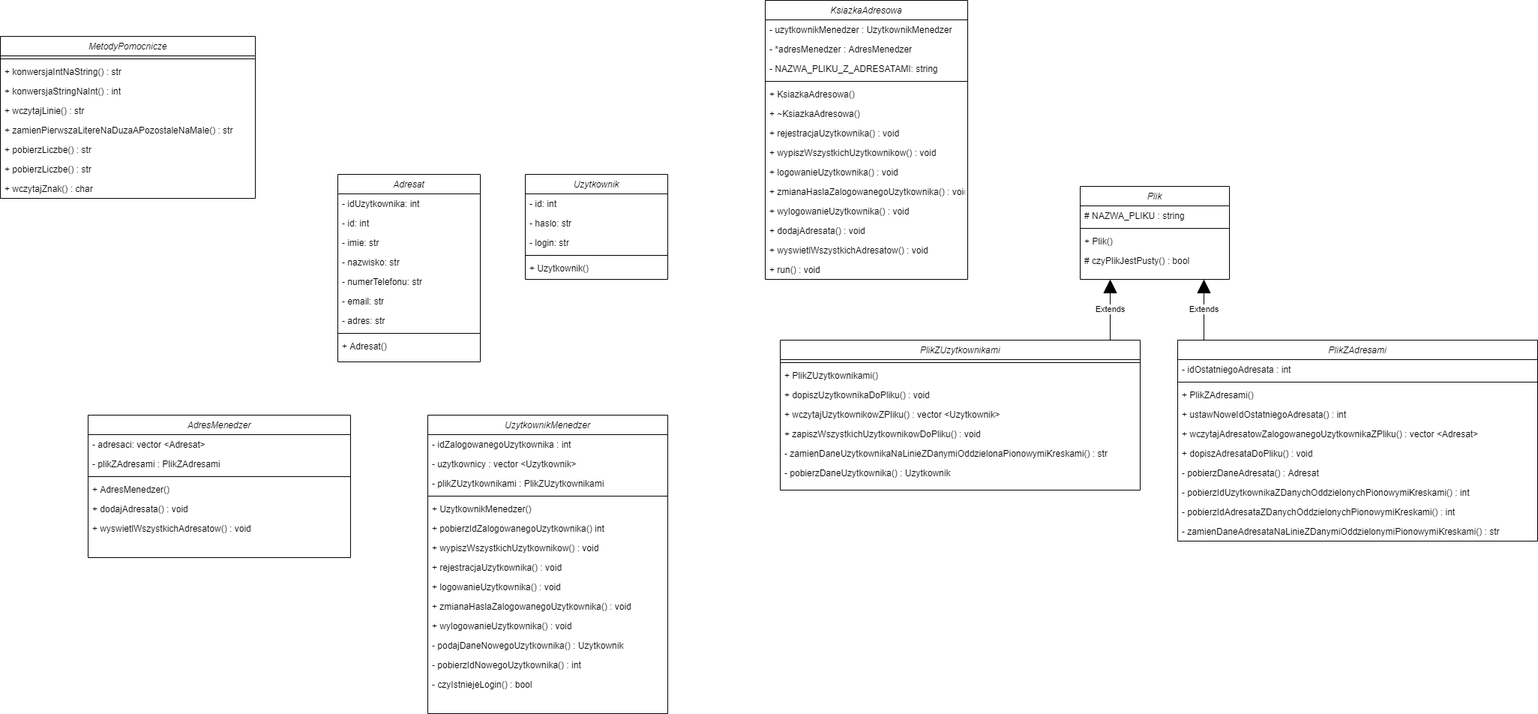
Above: documentation/address-book-uml.png in MichalWilczek/address-book-FutureProgrammer (draw.io), before the change. Source tidied: cells renumbered, new cells last; positions are measured from the earlier drawing's top-left corner, leaving out a move shared by most shapes.
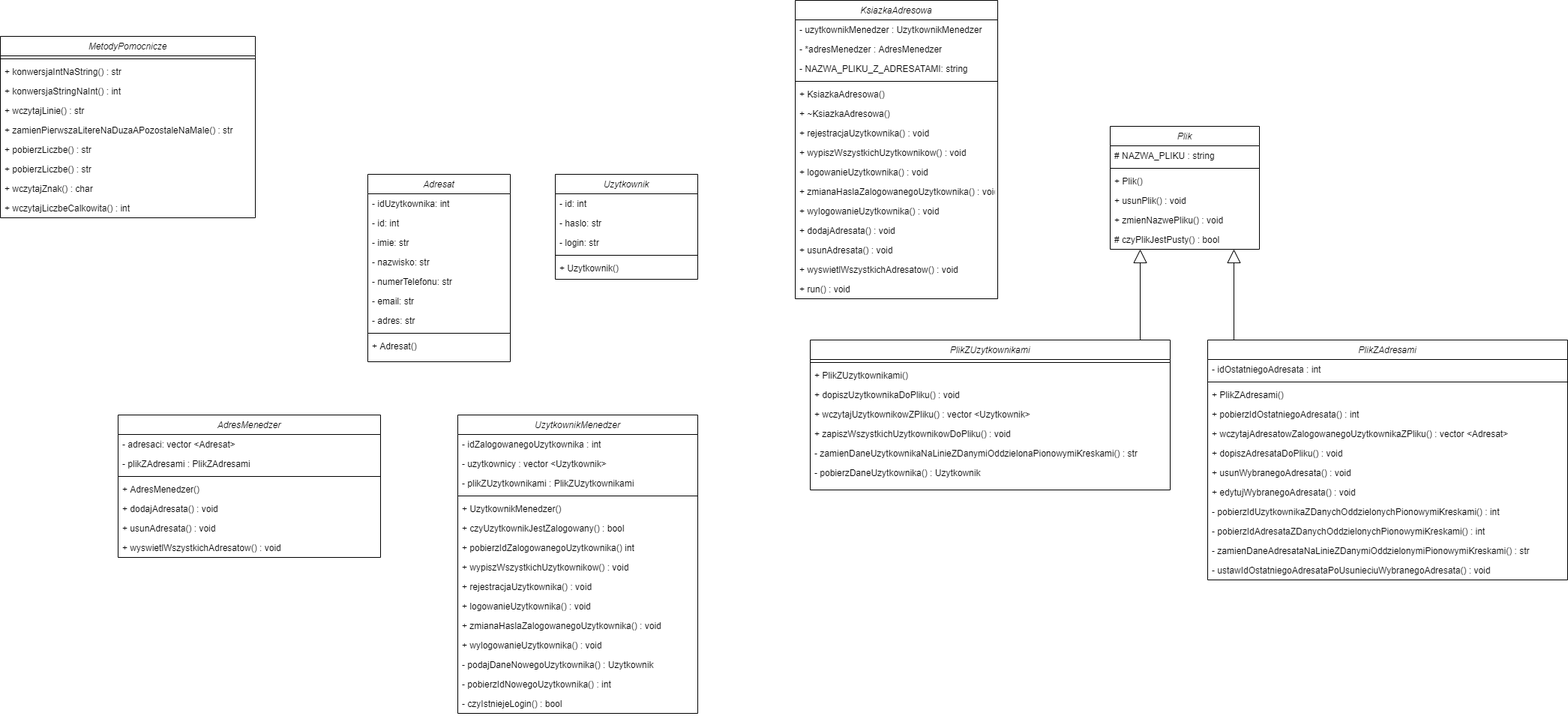
The same file after the commit.

The edit, as a diff of the source:
```diff
@@ -20,35 +20,38 @@
     <mxCell id="7" value="+ UzytkownikMenedzer()" style="text;align=left;verticalAlign=top;spacingLeft=4;spacingRight=4;overflow=hidden;" parent="2" vertex="1">
       <mxGeometry y="112" width="320" height="26" as="geometry" />
     </mxCell>
+    <mxCell id="13" value="+ czyUzytkownikJestZalogowany() : bool" style="text;align=left;verticalAlign=top;spacingLeft=4;spacingRight=4;overflow=hidden;" parent="2" vertex="1">
+      <mxGeometry y="138" width="320" height="26" as="geometry" />
+    </mxCell>
     <mxCell id="8" value="+ pobierzIdZalogowanegoUzytkownika() int" style="text;align=left;verticalAlign=top;spacingLeft=4;spacingRight=4;overflow=hidden;" parent="2" vertex="1">
-      <mxGeometry y="138" width="320" height="26" as="geometry" />
+      <mxGeometry y="164" width="320" height="26" as="geometry" />
     </mxCell>
     <mxCell id="9" value="+ wypiszWszystkichUzytkownikow() : void" style="text;align=left;verticalAlign=top;spacingLeft=4;spacingRight=4;overflow=hidden;" parent="2" vertex="1">
-      <mxGeometry y="164" width="320" height="26" as="geometry" />
+      <mxGeometry y="190" width="320" height="26" as="geometry" />
     </mxCell>
     <mxCell id="10" value="+ rejestracjaUzytkownika() : void" style="text;align=left;verticalAlign=top;spacingLeft=4;spacingRight=4;overflow=hidden;" parent="2" vertex="1">
-      <mxGeometry y="190" width="320" height="26" as="geometry" />
+      <mxGeometry y="216" width="320" height="26" as="geometry" />
     </mxCell>
     <mxCell id="11" value="+ logowanieUzytkownika() : void" style="text;align=left;verticalAlign=top;spacingLeft=4;spacingRight=4;overflow=hidden;" parent="2" vertex="1">
-      <mxGeometry y="216" width="320" height="26" as="geometry" />
+      <mxGeometry y="242" width="320" height="26" as="geometry" />
     </mxCell>
     <mxCell id="12" value="+ zmianaHaslaZalogowanegoUzytkownika() : void" style="text;align=left;verticalAlign=top;spacingLeft=4;spacingRight=4;overflow=hidden;" parent="2" vertex="1">
-      <mxGeometry y="242" width="320" height="26" as="geometry" />
+      <mxGeometry y="268" width="320" height="26" as="geometry" />
     </mxCell>
-    <mxCell id="13" value="+ wylogowanieUzytkownika() : void" style="text;align=left;verticalAlign=top;spacingLeft=4;spacingRight=4;overflow=hidden;" parent="2" vertex="1">
-      <mxGeometry y="268" width="320" height="26" as="geometry" />
-    </mxCell>
+    <mxCell id="90" value="+ wylogowanieUzytkownika() : void" style="text;align=left;verticalAlign=top;spacingLeft=4;spacingRight=4;overflow=hidden;" parent="2" vertex="1">
+      <mxGeometry y="294" width="320" height="26" as="geometry" />
+    </mxCell>
     <mxCell id="14" value="- podajDaneNowegoUzytkownika() : Uzytkownik" style="text;align=left;verticalAlign=top;spacingLeft=4;spacingRight=4;overflow=hidden;" parent="2" vertex="1">
-      <mxGeometry y="294" width="320" height="26" as="geometry" />
+      <mxGeometry y="320" width="320" height="26" as="geometry" />
     </mxCell>
     <mxCell id="15" value="- pobierzIdNowegoUzytkownika() : int" style="text;align=left;verticalAlign=top;spacingLeft=4;spacingRight=4;overflow=hidden;" parent="2" vertex="1">
-      <mxGeometry y="320" width="320" height="26" as="geometry" />
+      <mxGeometry y="346" width="320" height="26" as="geometry" />
     </mxCell>
     <mxCell id="16" value="- czyIstniejeLogin() : bool" style="text;align=left;verticalAlign=top;spacingLeft=4;spacingRight=4;overflow=hidden;" parent="2" vertex="1">
-      <mxGeometry y="346" width="320" height="26" as="geometry" />
+      <mxGeometry y="372" width="320" height="26" as="geometry" />
     </mxCell>
     <mxCell id="17" value="Plik" style="swimlane;fontStyle=2;align=center;verticalAlign=top;horizontal=1;startSize=26;rounded=0;shadow=0;strokeWidth=1;" parent="1" vertex="1">
-      <mxGeometry x="1440" y="248" width="199" height="124" as="geometry" />
+      <mxGeometry x="1440" y="168" width="199" height="164" as="geometry" />
     </mxCell>
     <mxCell id="18" value="# NAZWA_PLIKU : string" style="text;align=left;verticalAlign=top;spacingLeft=4;spacingRight=4;overflow=hidden;rounded=0;shadow=0;html=0;" parent="17" vertex="1">
       <mxGeometry y="26" width="199" height="26" as="geometry" />
@@ -56,14 +59,20 @@
     <mxCell id="19" style="line;html=1;strokeWidth=1;align=left;verticalAlign=middle;spacingTop=-1;spacingLeft=3;spacingRight=3;labelPosition=right;" parent="17" vertex="1">
       <mxGeometry y="52" width="199" height="8" as="geometry" />
     </mxCell>
+    <mxCell id="91" value="+ Plik()" style="text;align=left;verticalAlign=top;spacingLeft=4;spacingRight=4;overflow=hidden;" parent="17" vertex="1">
+      <mxGeometry y="60" width="199" height="26" as="geometry" />
+    </mxCell>
+    <mxCell id="92" value="+ usunPlik() : void" style="text;align=left;verticalAlign=top;spacingLeft=4;spacingRight=4;overflow=hidden;" parent="17" vertex="1">
+      <mxGeometry y="86" width="199" height="26" as="geometry" />
+    </mxCell>
-    <mxCell id="20" value="+ Plik()" style="text;align=left;verticalAlign=top;spacingLeft=4;spacingRight=4;overflow=hidden;" parent="17" vertex="1">
-      <mxGeometry y="60" width="199" height="26" as="geometry" />
+    <mxCell id="20" value="+ zmienNazwePliku() : void" style="text;align=left;verticalAlign=top;spacingLeft=4;spacingRight=4;overflow=hidden;" parent="17" vertex="1">
+      <mxGeometry y="112" width="199" height="26" as="geometry" />
     </mxCell>
     <mxCell id="21" value="# czyPlikJestPusty() : bool" style="text;align=left;verticalAlign=top;spacingLeft=4;spacingRight=4;overflow=hidden;" parent="17" vertex="1">
-      <mxGeometry y="86" width="199" height="26" as="geometry" />
+      <mxGeometry y="138" width="199" height="26" as="geometry" />
     </mxCell>
     <mxCell id="22" value="MetodyPomocnicze" style="swimlane;fontStyle=2;align=center;verticalAlign=top;horizontal=1;startSize=26;rounded=0;shadow=0;strokeWidth=1;" parent="1" vertex="1">
-      <mxGeometry y="48" width="340" height="216" as="geometry" />
+      <mxGeometry x="-40" y="48" width="340" height="242" as="geometry" />
     </mxCell>
     <mxCell id="23" style="line;html=1;strokeWidth=1;align=left;verticalAlign=middle;spacingTop=-1;spacingLeft=3;spacingRight=3;labelPosition=right;" parent="22" vertex="1">
       <mxGeometry y="26" width="340" height="8" as="geometry" />
@@ -86,8 +95,11 @@
     <mxCell id="29" value="+ pobierzLiczbe() : str" style="text;align=left;verticalAlign=top;spacingLeft=4;spacingRight=4;overflow=hidden;" parent="22" vertex="1">
       <mxGeometry y="164" width="340" height="26" as="geometry" />
     </mxCell>
+    <mxCell id="93" value="+ wczytajZnak() : char" style="text;align=left;verticalAlign=top;spacingLeft=4;spacingRight=4;overflow=hidden;" parent="22" vertex="1">
+      <mxGeometry y="190" width="340" height="26" as="geometry" />
+    </mxCell>
-    <mxCell id="30" value="+ wczytajZnak() : char" style="text;align=left;verticalAlign=top;spacingLeft=4;spacingRight=4;overflow=hidden;" parent="22" vertex="1">
-      <mxGeometry y="190" width="340" height="26" as="geometry" />
+    <mxCell id="30" value="+ wczytajLiczbeCalkowita() : int" style="text;align=left;verticalAlign=top;spacingLeft=4;spacingRight=4;overflow=hidden;" parent="22" vertex="1">
+      <mxGeometry y="216" width="340" height="26" as="geometry" />
     </mxCell>
     <mxCell id="31" value="PlikZUzytkownikami" style="swimlane;fontStyle=2;align=center;verticalAlign=top;horizontal=1;startSize=26;rounded=0;shadow=0;strokeWidth=1;" parent="1" vertex="1">
       <mxGeometry x="1040" y="453" width="480" height="200" as="geometry" />
@@ -113,11 +125,11 @@
     <mxCell id="38" value="- pobierzDaneUzytkownika() : Uzytkownik" style="text;align=left;verticalAlign=top;spacingLeft=4;spacingRight=4;overflow=hidden;" parent="31" vertex="1">
       <mxGeometry y="164" width="480" height="26" as="geometry" />
     </mxCell>
-    <mxCell id="39" value="Extends" style="endArrow=block;endSize=16;endFill=1;html=1;rounded=0;edgeStyle=elbowEdgeStyle;" parent="1" edge="1" source="31" target="17">
+    <mxCell id="39" style="endArrow=block;endSize=16;endFill=0;html=1;rounded=0;edgeStyle=elbowEdgeStyle;" parent="1" edge="1" source="31" target="17">
       <mxGeometry relative="1" as="geometry" />
     </mxCell>
     <mxCell id="40" value="PlikZAdresami" style="swimlane;fontStyle=2;align=center;verticalAlign=top;horizontal=1;startSize=26;rounded=0;shadow=0;strokeWidth=1;" parent="1" vertex="1">
-      <mxGeometry x="1570" y="453" width="480" height="268" as="geometry" />
+      <mxGeometry x="1570" y="453" width="480" height="320" as="geometry" />
     </mxCell>
     <mxCell id="41" value="- idOstatniegoAdresata : int" style="text;align=left;verticalAlign=top;spacingLeft=4;spacingRight=4;overflow=hidden;" parent="40" vertex="1">
       <mxGeometry y="26" width="480" height="26" as="geometry" />
@@ -128,28 +140,34 @@
     <mxCell id="43" value="+ PlikZAdresami()" style="text;align=left;verticalAlign=top;spacingLeft=4;spacingRight=4;overflow=hidden;" parent="40" vertex="1">
       <mxGeometry y="60" width="480" height="26" as="geometry" />
     </mxCell>
-    <mxCell id="44" value="+ ustawNoweIdOstatniegoAdresata() : int" style="text;align=left;verticalAlign=top;spacingLeft=4;spacingRight=4;overflow=hidden;" parent="40" vertex="1">
+    <mxCell id="44" value="+ pobierzIdOstatniegoAdresata() : int" style="text;align=left;verticalAlign=top;spacingLeft=4;spacingRight=4;overflow=hidden;" parent="40" vertex="1">
       <mxGeometry y="86" width="480" height="26" as="geometry" />
     </mxCell>
     <mxCell id="45" value="+ wczytajAdresatowZalogowanegoUzytkownikaZPliku() : vector &lt;Adresat&gt;" style="text;align=left;verticalAlign=top;spacingLeft=4;spacingRight=4;overflow=hidden;" parent="40" vertex="1">
       <mxGeometry y="112" width="480" height="26" as="geometry" />
     </mxCell>
+    <mxCell id="94" value="+ dopiszAdresataDoPliku() : void" style="text;align=left;verticalAlign=top;spacingLeft=4;spacingRight=4;overflow=hidden;" parent="40" vertex="1">
+      <mxGeometry y="138" width="480" height="26" as="geometry" />
+    </mxCell>
+    <mxCell id="95" value="+ usunWybranegoAdresata() : void" style="text;align=left;verticalAlign=top;spacingLeft=4;spacingRight=4;overflow=hidden;" parent="40" vertex="1">
+      <mxGeometry y="164" width="480" height="26" as="geometry" />
+    </mxCell>
-    <mxCell id="46" value="+ dopiszAdresataDoPliku() : void" style="text;align=left;verticalAlign=top;spacingLeft=4;spacingRight=4;overflow=hidden;" parent="40" vertex="1">
-      <mxGeometry y="138" width="480" height="26" as="geometry" />
+    <mxCell id="46" value="+ edytujWybranegoAdresata() : void" style="text;align=left;verticalAlign=top;spacingLeft=4;spacingRight=4;overflow=hidden;" parent="40" vertex="1">
+      <mxGeometry y="190" width="480" height="26" as="geometry" />
     </mxCell>
-    <mxCell id="47" value="- pobierzDaneAdresata() : Adresat " style="text;align=left;verticalAlign=top;spacingLeft=4;spacingRight=4;overflow=hidden;" parent="40" vertex="1">
-      <mxGeometry y="164" width="480" height="26" as="geometry" />
-    </mxCell>
     <mxCell id="48" value="- pobierzIdUzytkownikaZDanychOddzielonychPionowymiKreskami() : int" style="text;align=left;verticalAlign=top;spacingLeft=4;spacingRight=4;overflow=hidden;" parent="40" vertex="1">
-      <mxGeometry y="190" width="480" height="26" as="geometry" />
+      <mxGeometry y="216" width="480" height="26" as="geometry" />
     </mxCell>
     <mxCell id="49" value="- pobierzIdAdresataZDanychOddzielonychPionowymiKreskami() : int" style="text;align=left;verticalAlign=top;spacingLeft=4;spacingRight=4;overflow=hidden;" parent="40" vertex="1">
-      <mxGeometry y="216" width="480" height="26" as="geometry" />
+      <mxGeometry y="242" width="480" height="26" as="geometry" />
     </mxCell>
+    <mxCell id="96" value="- zamienDaneAdresataNaLinieZDanymiOddzielonymiPionowymiKreskami() : str" style="text;align=left;verticalAlign=top;spacingLeft=4;spacingRight=4;overflow=hidden;" parent="40" vertex="1">
+      <mxGeometry y="268" width="480" height="26" as="geometry" />
+    </mxCell>
-    <mxCell id="50" value="- zamienDaneAdresataNaLinieZDanymiOddzielonymiPionowymiKreskami() : str" style="text;align=left;verticalAlign=top;spacingLeft=4;spacingRight=4;overflow=hidden;" parent="40" vertex="1">
-      <mxGeometry y="242" width="480" height="26" as="geometry" />
+    <mxCell id="50" value="- ustawIdOstatniegoAdresataPoUsunieciuWybranegoAdresata() : void" style="text;align=left;verticalAlign=top;spacingLeft=4;spacingRight=4;overflow=hidden;" parent="40" vertex="1">
+      <mxGeometry y="294" width="480" height="26" as="geometry" />
     </mxCell>
-    <mxCell id="51" value="Extends" style="endArrow=block;endSize=16;endFill=1;html=1;rounded=0;edgeStyle=elbowEdgeStyle;" parent="1" edge="1" source="40" target="17">
+    <mxCell id="51" style="endArrow=block;endSize=16;endFill=0;html=1;rounded=0;edgeStyle=elbowEdgeStyle;" parent="1" edge="1" source="40" target="17">
       <mxGeometry relative="1" as="geometry" />
     </mxCell>
     <mxCell id="52" value="AdresMenedzer" style="swimlane;fontStyle=2;align=center;verticalAlign=top;horizontal=1;startSize=26;rounded=0;shadow=0;strokeWidth=1;" parent="1" vertex="1">
@@ -167,14 +185,17 @@
     <mxCell id="56" value="+ AdresMenedzer()" style="text;align=left;verticalAlign=top;spacingLeft=4;spacingRight=4;overflow=hidden;" parent="52" vertex="1">
       <mxGeometry y="86" width="350" height="26" as="geometry" />
     </mxCell>
+    <mxCell id="97" value="+ dodajAdresata() : void" style="text;align=left;verticalAlign=top;spacingLeft=4;spacingRight=4;overflow=hidden;" parent="52" vertex="1">
+      <mxGeometry y="112" width="350" height="26" as="geometry" />
+    </mxCell>
-    <mxCell id="57" value="+ dodajAdresata() : void" style="text;align=left;verticalAlign=top;spacingLeft=4;spacingRight=4;overflow=hidden;" parent="52" vertex="1">
-      <mxGeometry y="112" width="350" height="26" as="geometry" />
+    <mxCell id="57" value="+ usunAdresata() : void" style="text;align=left;verticalAlign=top;spacingLeft=4;spacingRight=4;overflow=hidden;" parent="52" vertex="1">
+      <mxGeometry y="138" width="350" height="26" as="geometry" />
     </mxCell>
     <mxCell id="58" value="+ wyswietlWszystkichAdresatow() : void" style="text;align=left;verticalAlign=top;spacingLeft=4;spacingRight=4;overflow=hidden;" parent="52" vertex="1">
-      <mxGeometry y="138" width="350" height="26" as="geometry" />
+      <mxGeometry y="164" width="350" height="26" as="geometry" />
     </mxCell>
     <mxCell id="59" value="KsiazkaAdresowa" style="swimlane;fontStyle=2;align=center;verticalAlign=top;horizontal=1;startSize=26;rounded=0;shadow=0;strokeWidth=1;" parent="1" vertex="1">
-      <mxGeometry x="1020" width="270" height="372" as="geometry" />
+      <mxGeometry x="1020" width="270" height="398" as="geometry" />
     </mxCell>
     <mxCell id="60" value="- uzytkownikMenedzer : UzytkownikMenedzer" style="text;align=left;verticalAlign=top;spacingLeft=4;spacingRight=4;overflow=hidden;rounded=0;shadow=0;html=0;" parent="59" vertex="1">
       <mxGeometry y="26" width="270" height="26" as="geometry" />
@@ -209,14 +230,17 @@
     <mxCell id="70" value="+ wylogowanieUzytkownika() : void" style="text;align=left;verticalAlign=top;spacingLeft=4;spacingRight=4;overflow=hidden;" parent="59" vertex="1">
       <mxGeometry y="268" width="270" height="26" as="geometry" />
     </mxCell>
+    <mxCell id="98" value="+ dodajAdresata() : void" style="text;align=left;verticalAlign=top;spacingLeft=4;spacingRight=4;overflow=hidden;" parent="59" vertex="1">
+      <mxGeometry y="294" width="270" height="26" as="geometry" />
+    </mxCell>
-    <mxCell id="71" value="+ dodajAdresata() : void" style="text;align=left;verticalAlign=top;spacingLeft=4;spacingRight=4;overflow=hidden;" parent="59" vertex="1">
-      <mxGeometry y="294" width="270" height="26" as="geometry" />
+    <mxCell id="71" value="+ usunAdresata() : void" style="text;align=left;verticalAlign=top;spacingLeft=4;spacingRight=4;overflow=hidden;" parent="59" vertex="1">
+      <mxGeometry y="320" width="270" height="26" as="geometry" />
     </mxCell>
     <mxCell id="72" value="+ wyswietlWszystkichAdresatow() : void" style="text;align=left;verticalAlign=top;spacingLeft=4;spacingRight=4;overflow=hidden;" parent="59" vertex="1">
-      <mxGeometry y="320" width="270" height="26" as="geometry" />
+      <mxGeometry y="346" width="270" height="26" as="geometry" />
     </mxCell>
     <mxCell id="73" value="+ run() : void" style="text;align=left;verticalAlign=top;spacingLeft=4;spacingRight=4;overflow=hidden;" parent="59" vertex="1">
-      <mxGeometry y="346" width="270" height="26" as="geometry" />
+      <mxGeometry y="372" width="270" height="26" as="geometry" />
     </mxCell>
     <mxCell id="74" value="Adresat" style="swimlane;fontStyle=2;align=center;verticalAlign=top;horizontal=1;startSize=26;rounded=0;shadow=0;strokeWidth=1;" parent="1" vertex="1">
       <mxGeometry x="450" y="232" width="190" height="250" as="geometry" />
```
